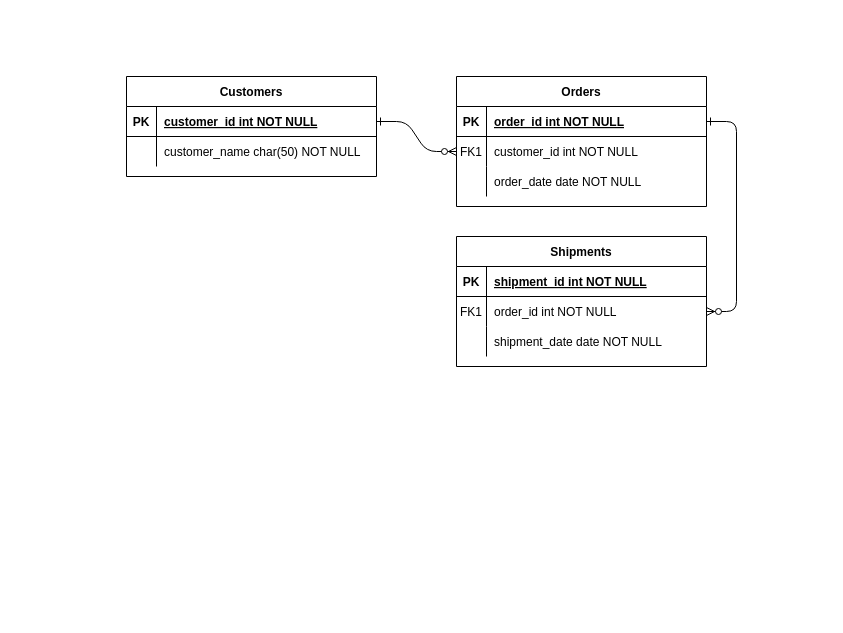
Above: EntidadRelacional.drawio in JohnFlorez25/equipo1_jayg_ppi2020 (draw.io), before the change. Source tidied: cells renumbered, new cells numbered last; positions are measured from the earlier drawing's top-left corner, leaving out a move shared by most shapes. Both pictures are drawn from the tidied source at 100%, with x=0, y=0 at pixel (126, 76).
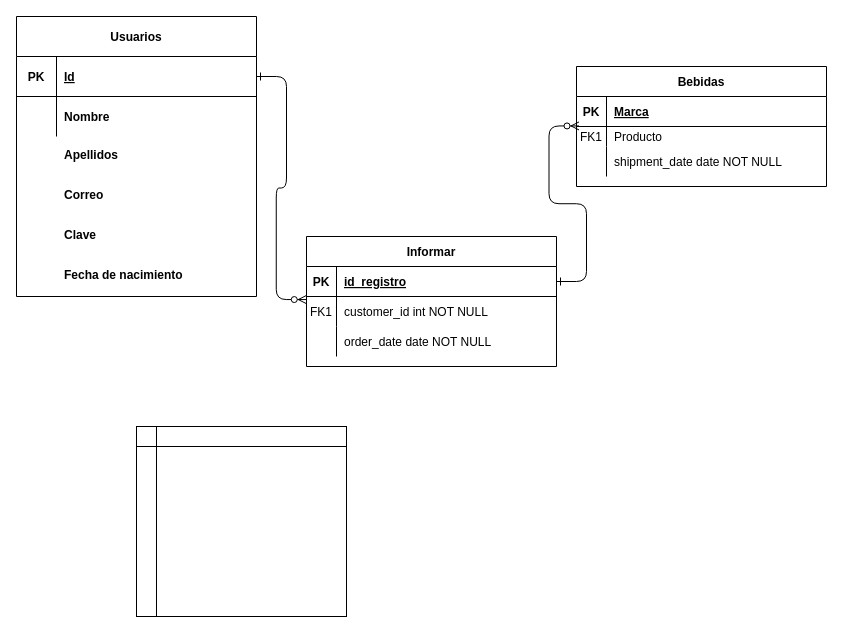
After the change.

Unchanged cells that the change refers to:
```xml
<mxCell id="5" style="shape=partialRectangle;fillColor=none;points=[[0,0.5],[1,0.5]];portConstraint=eastwest;top=0;left=0;right=0;bottom=1;" parent="4" vertex="1">
  <mxGeometry y="30" width="250" height="30" as="geometry" />
</mxCell>
<mxCell id="8" style="shape=partialRectangle;fillColor=none;points=[[0,0.5],[1,0.5]];portConstraint=eastwest;top=0;left=0;right=0;bottom=0;" parent="4" vertex="1">
  <mxGeometry y="60" width="250" height="30" as="geometry" />
</mxCell>
<mxCell id="15" style="shape=partialRectangle;fillColor=none;top=0;left=0;right=0;bottom=1;" parent="14" vertex="1">
  <mxGeometry y="30" width="250" height="30" as="geometry" />
</mxCell>
```

Change to the diagram source:
```diff
@@
-    <mxCell id="2" style="edgeStyle=entityRelationEdgeStyle;endArrow=ERzeroToMany;startArrow=ERone;endFill=1;startFill=0;" parent="1" edge="1" source="25" target="8">
+    <mxCell id="2" style="edgeStyle=entityRelationEdgeStyle;endArrow=ERzeroToMany;startArrow=ERone;endFill=1;startFill=0;entryX=-0.001;entryY=0.102;entryDx=0;entryDy=0;entryPerimeter=0;" parent="1" edge="1" source="25" target="8">
       <mxGeometry relative="1" as="geometry" />
     </mxCell>
-    <mxCell id="3" style="edgeStyle=entityRelationEdgeStyle;endArrow=ERzeroToMany;startArrow=ERone;endFill=1;startFill=0;" parent="1" edge="1" source="5" target="18">
+    <mxCell id="3" style="edgeStyle=entityRelationEdgeStyle;endArrow=ERzeroToMany;startArrow=ERone;endFill=1;startFill=0;entryX=0.01;entryY=-0.028;entryDx=0;entryDy=0;entryPerimeter=0;" parent="1" edge="1" source="5" target="18">
       <mxGeometry relative="1" as="geometry" />
     </mxCell>
-    <mxCell id="4" value="Orders" style="shape=table;startSize=30;childLayout=tableLayout;rowLines=0;fontStyle=1;align=center;" parent="1" vertex="1">
-      <mxGeometry x="330" width="250" height="130" as="geometry" />
+    <mxCell id="4" value="Informar" style="shape=table;startSize=30;childLayout=tableLayout;rowLines=0;fontStyle=1;align=center;" parent="1" vertex="1">
+      <mxGeometry x="180" y="160" width="250" height="130" as="geometry" />
     </mxCell>
@@
-    <mxCell id="7" value="order_id int NOT NULL " style="shape=partialRectangle;overflow=hidden;fillColor=none;top=0;left=0;bottom=0;right=0;align=left;spacingLeft=6;fontStyle=5;" parent="5" vertex="1">
+    <mxCell id="7" value="id_registro" style="shape=partialRectangle;overflow=hidden;fillColor=none;top=0;left=0;bottom=0;right=0;align=left;spacingLeft=6;fontStyle=5;" parent="5" vertex="1">
       <mxGeometry x="30" width="220" height="30" as="geometry" />
     </mxCell>
@@
-    <mxCell id="14" value="Shipments" style="shape=table;startSize=30;childLayout=tableLayout;rowLines=0;fontStyle=1;align=center;" parent="1" vertex="1">
-      <mxGeometry x="330" y="160" width="250" height="130" as="geometry" />
+    <mxCell id="14" value="Bebidas" style="shape=table;startSize=30;childLayout=tableLayout;rowLines=0;fontStyle=1;align=center;" parent="1" vertex="1">
+      <mxGeometry x="450" y="-10" width="250" height="120" as="geometry" />
     </mxCell>
@@
-    <mxCell id="17" value="shipment_id int NOT NULL " style="shape=partialRectangle;overflow=hidden;fillColor=none;top=0;left=0;bottom=0;right=0;align=left;spacingLeft=6;fontStyle=5;" parent="15" vertex="1">
+    <mxCell id="17" value="Marca" style="shape=partialRectangle;overflow=hidden;fillColor=none;top=0;left=0;bottom=0;right=0;align=left;spacingLeft=6;fontStyle=5;" parent="15" vertex="1">
       <mxGeometry x="30" width="220" height="30" as="geometry" />
     </mxCell>
     <mxCell id="18" style="shape=partialRectangle;fillColor=none;points=[[0,0.5],[1,0.5]];portConstraint=eastwest;top=0;left=0;right=0;bottom=0;" parent="14" vertex="1">
-      <mxGeometry y="60" width="250" height="30" as="geometry" />
+      <mxGeometry y="60" width="250" height="20" as="geometry" />
     </mxCell>
     <mxCell id="19" value="FK1" style="shape=partialRectangle;overflow=hidden;fillColor=none;top=0;left=0;bottom=0;right=0;" parent="18" vertex="1">
-      <mxGeometry width="30" height="30" as="geometry" />
+      <mxGeometry width="30" height="20" as="geometry" />
     </mxCell>
-    <mxCell id="20" value="order_id int NOT NULL" style="shape=partialRectangle;overflow=hidden;fillColor=none;top=0;left=0;bottom=0;right=0;align=left;spacingLeft=6;" parent="18" vertex="1">
-      <mxGeometry x="30" width="220" height="30" as="geometry" />
+    <mxCell id="20" value="Producto" style="shape=partialRectangle;overflow=hidden;fillColor=none;top=0;left=0;bottom=0;right=0;align=left;spacingLeft=6;" parent="18" vertex="1">
+      <mxGeometry x="30" width="220" height="20" as="geometry" />
     </mxCell>
     <mxCell id="21" style="shape=partialRectangle;fillColor=none;top=0;left=0;right=0;bottom=0;" parent="14" vertex="1">
-      <mxGeometry y="90" width="250" height="30" as="geometry" />
+      <mxGeometry y="80" width="250" height="30" as="geometry" />
     </mxCell>
@@
+    <mxCell id="31" style="group;" parent="1" vertex="1">
+      <mxGeometry x="-110" y="-60" width="240" height="280" as="geometry" />
+    </mxCell>
-    <mxCell id="24" value="Customers" style="shape=table;startSize=30;childLayout=tableLayout;rowLines=0;fontStyle=1;align=center;" parent="1" vertex="1">
-      <mxGeometry width="250" height="100" as="geometry" />
+    <mxCell id="24" value="Usuarios" style="shape=table;startSize=40;childLayout=tableLayout;rowLines=0;fontStyle=1;align=center;" parent="31" vertex="1">
+      <mxGeometry width="240" height="280" as="geometry" />
     </mxCell>
     <mxCell id="25" style="shape=partialRectangle;fillColor=none;points=[[0,0.5],[1,0.5]];portConstraint=eastwest;top=0;left=0;right=0;bottom=1;" parent="24" vertex="1">
-      <mxGeometry y="30" width="250" height="30" as="geometry" />
+      <mxGeometry y="40" width="240" height="40" as="geometry" />
     </mxCell>
     <mxCell id="26" value="PK" style="shape=partialRectangle;overflow=hidden;fillColor=none;top=0;left=0;bottom=0;right=0;fontStyle=1;" parent="25" vertex="1">
-      <mxGeometry width="30" height="30" as="geometry" />
+      <mxGeometry width="40" height="40" as="geometry" />
     </mxCell>
-    <mxCell id="27" value="customer_id int NOT NULL " style="shape=partialRectangle;overflow=hidden;fillColor=none;top=0;left=0;bottom=0;right=0;align=left;spacingLeft=6;fontStyle=5;" parent="25" vertex="1">
-      <mxGeometry x="30" width="220" height="30" as="geometry" />
+    <mxCell id="27" value="Id" style="shape=partialRectangle;overflow=hidden;fillColor=none;top=0;left=0;bottom=0;right=0;align=left;spacingLeft=6;fontStyle=5;" parent="25" vertex="1">
+      <mxGeometry x="40" width="200" height="40" as="geometry" />
     </mxCell>
     <mxCell id="28" style="shape=partialRectangle;fillColor=none;top=0;left=0;right=0;bottom=0;" parent="24" vertex="1">
-      <mxGeometry y="60" width="250" height="30" as="geometry" />
+      <mxGeometry y="80" width="240" height="40" as="geometry" />
     </mxCell>
     <mxCell id="29" style="shape=partialRectangle;overflow=hidden;fillColor=none;top=0;left=0;bottom=0;right=0;" parent="28" vertex="1">
-      <mxGeometry width="30" height="30" as="geometry" />
+      <mxGeometry width="40" height="40" as="geometry" />
     </mxCell>
-    <mxCell id="30" value="customer_name char(50) NOT NULL" style="shape=partialRectangle;overflow=hidden;fillColor=none;top=0;left=0;bottom=0;right=0;align=left;spacingLeft=6;" parent="28" vertex="1">
-      <mxGeometry x="30" width="220" height="30" as="geometry" />
+    <mxCell id="30" value="Nombre" style="shape=partialRectangle;overflow=hidden;fillColor=none;top=0;left=0;bottom=0;right=0;align=left;spacingLeft=6;fontStyle=1;" parent="28" vertex="1">
+      <mxGeometry x="40" width="200" height="40" as="geometry" />
     </mxCell>
+    <mxCell id="32" value="Apellidos" style="shape=partialRectangle;overflow=hidden;fillColor=none;top=0;left=0;bottom=0;right=0;align=left;spacingLeft=6;fontStyle=1;" parent="31" vertex="1">
+      <mxGeometry x="40" y="120" width="200" height="35" as="geometry" />
+    </mxCell>
+    <mxCell id="33" value="Correo" style="shape=partialRectangle;overflow=hidden;fillColor=none;top=0;left=0;bottom=0;right=0;align=left;spacingLeft=6;fontStyle=1;" parent="31" vertex="1">
+      <mxGeometry x="40" y="160" width="200" height="35" as="geometry" />
+    </mxCell>
+    <mxCell id="34" value="Clave" style="shape=partialRectangle;overflow=hidden;fillColor=none;top=0;left=0;bottom=0;right=0;align=left;spacingLeft=6;fontStyle=1;" parent="31" vertex="1">
+      <mxGeometry x="40" y="200" width="200" height="35" as="geometry" />
+    </mxCell>
+    <mxCell id="35" value="Fecha de nacimiento" style="shape=partialRectangle;overflow=hidden;fillColor=none;top=0;left=0;bottom=0;right=0;align=left;spacingLeft=6;fontStyle=1;" parent="31" vertex="1">
+      <mxGeometry x="40" y="240" width="200" height="35" as="geometry" />
+    </mxCell>
+    <mxCell id="36" style="shape=internalStorage;whiteSpace=wrap;html=1;backgroundOutline=1;strokeColor=#000000;" parent="1" vertex="1">
+      <mxGeometry x="10" y="350" width="210" height="190" as="geometry" />
+    </mxCell>
+    <mxCell id="37" style="rounded=0;whiteSpace=wrap;html=1;strokeColor=#000000;" parent="1" vertex="1">
+      <mxGeometry x="30" y="350" width="190" height="20" as="geometry" />
+    </mxCell>
```
